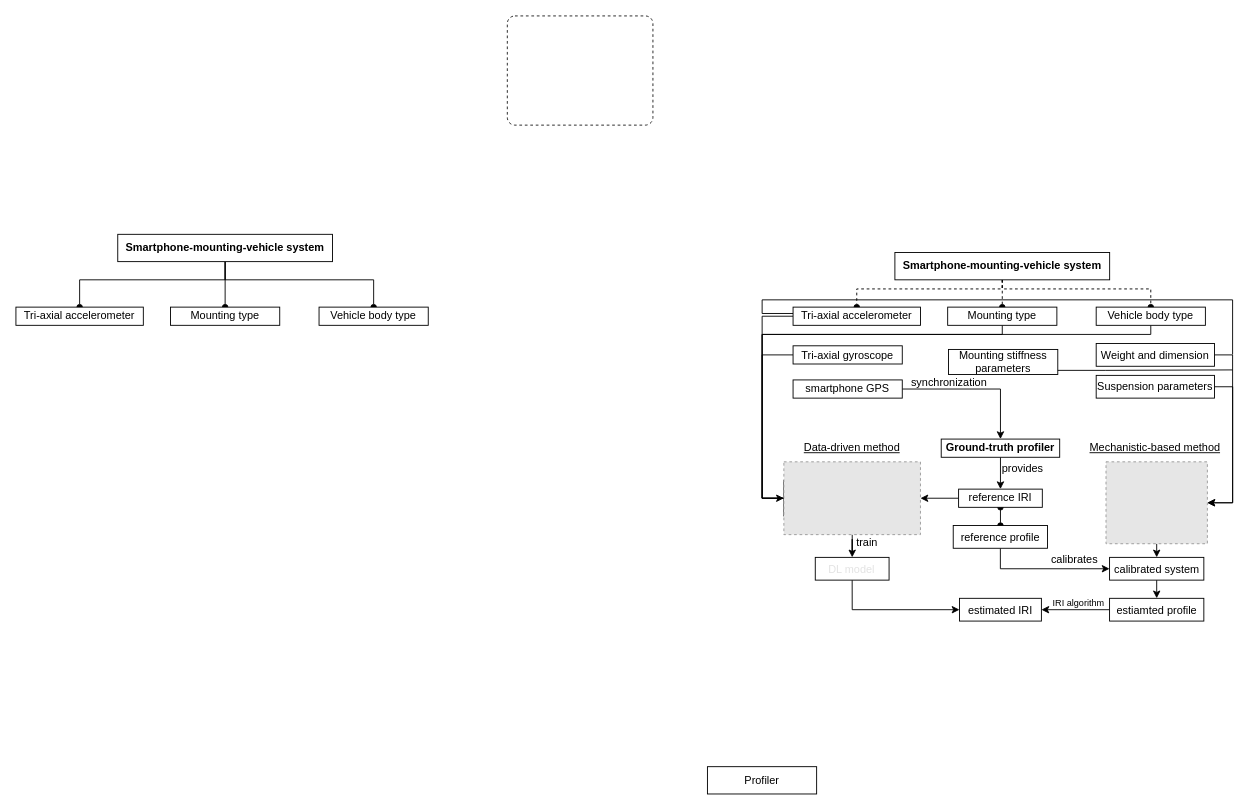
This is page "Page-1" (1 of 2) of Untitled Diagram.drawio from qyu38/DL-paper, a draw.io file, before an edit. Source tidied: cells renumbered, new cells numbered last; positions are measured from the earlier drawing's top-left corner, leaving out a move shared by most shapes. Both pictures are drawn from the tidied source at 91%, with x=0, y=0 at pixel (15, 15). Pictures stored in the file or linked from it are replaced by grey dashed boxes.
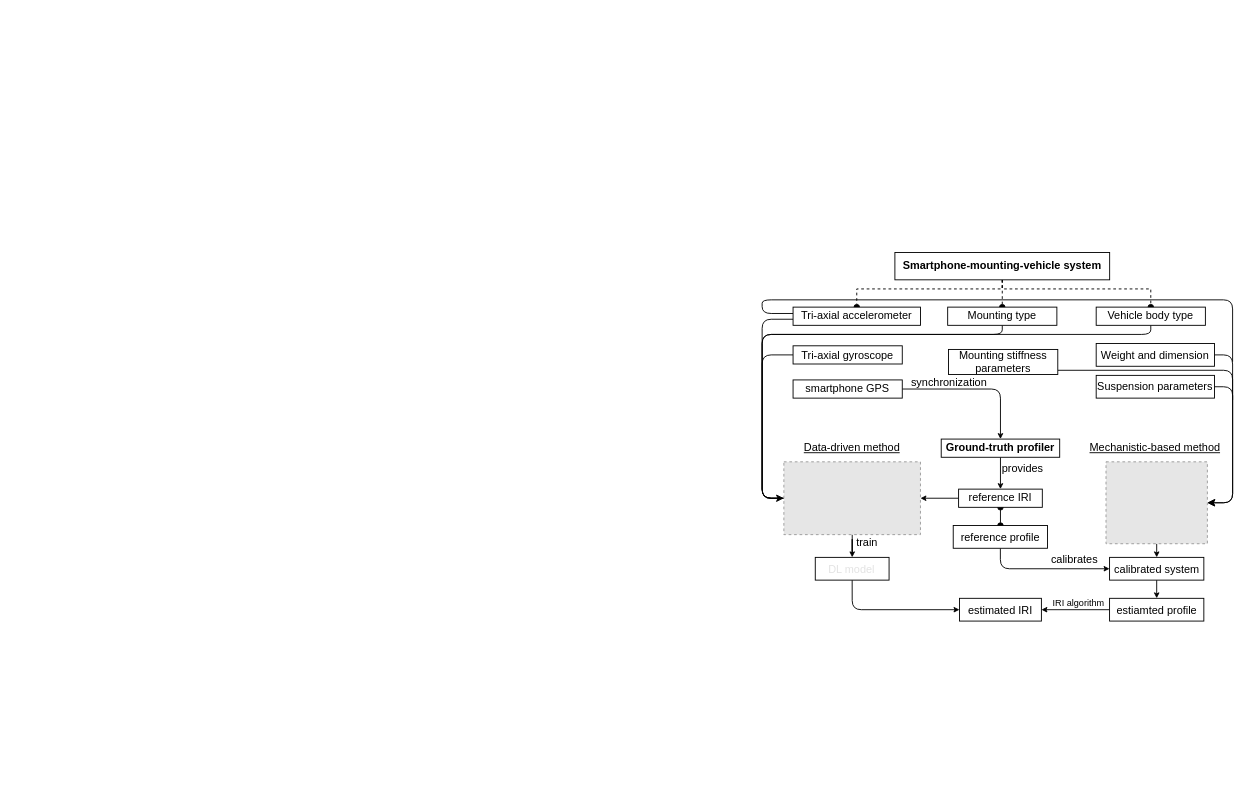
Above is the later version.

Unchanged cells that the change refers to:
```xml
<mxCell id="8" value="reference IRI" style="rounded=0;whiteSpace=wrap;html=1;" parent="1" vertex="1">
  <mxGeometry x="1035.9" y="520" width="92" height="20" as="geometry" />
</mxCell>
<mxCell id="11" value="Tri-axial accelerometer" style="rounded=0;whiteSpace=wrap;html=1;" parent="1" vertex="1">
  <mxGeometry x="854" y="320" width="140" height="20" as="geometry" />
</mxCell>
<mxCell id="13" value="Tri-axial gyroscope" style="rounded=0;whiteSpace=wrap;html=1;" parent="1" vertex="1">
  <mxGeometry x="854" y="362.5" width="120" height="20" as="geometry" />
</mxCell>
<mxCell id="15" value="smartphone GPS" style="rounded=0;whiteSpace=wrap;html=1;" parent="1" vertex="1">
  <mxGeometry x="854" y="400" width="120" height="20" as="geometry" />
</mxCell>
<mxCell id="17" value="Vehicle body type" style="rounded=0;whiteSpace=wrap;html=1;" parent="1" vertex="1">
  <mxGeometry x="1187.1" y="320" width="120" height="20" as="geometry" />
</mxCell>
<mxCell id="19" value="Weight and dimension" style="rounded=0;whiteSpace=wrap;html=1;" parent="1" vertex="1">
  <mxGeometry x="1187.1" y="360" width="130" height="25" as="geometry" />
</mxCell>
<mxCell id="21" value="Suspension parameters" style="rounded=0;whiteSpace=wrap;html=1;strokeColor=default;" parent="1" vertex="1">
  <mxGeometry x="1187.1" y="395" width="130" height="25" as="geometry" />
</mxCell>
<mxCell id="23" value="Mounting type" style="rounded=0;whiteSpace=wrap;html=1;" parent="1" vertex="1">
  <mxGeometry x="1023.9" y="320" width="120" height="20" as="geometry" />
</mxCell>
<mxCell id="28" style="fillColor=#E6E6E6;strokeColor=#999999;dashed=1;verticalLabelPosition=bottom;labelBackgroundColor=default;verticalAlign=top;fontColor=#E3E3E3;" parent="1" vertex="1">
  <mxGeometry x="843.9" y="490" width="150.1" height="80" as="geometry" />
</mxCell>
<mxCell id="30" value="Mounting stiffness parameters" style="rounded=0;whiteSpace=wrap;html=1;" parent="1" vertex="1">
  <mxGeometry x="1024.8" y="366.5" width="120.1" height="27.5" as="geometry" />
</mxCell>
<mxCell id="32" style="fillColor=#E6E6E6;strokeColor=#999999;dashed=1;verticalLabelPosition=bottom;labelBackgroundColor=default;verticalAlign=top;" parent="1" vertex="1">
  <mxGeometry x="1197.9" y="490" width="111.4" height="90" as="geometry" />
</mxCell>
<mxCell id="35" value="&lt;b&gt;Ground-truth profiler&lt;/b&gt;" style="rounded=0;whiteSpace=wrap;html=1;" parent="1" vertex="1">
  <mxGeometry x="1016.8" y="465" width="130.2" height="20" as="geometry" />
</mxCell>
<mxCell id="37" value="calibrated system" style="whiteSpace=wrap;html=1;verticalAlign=top;labelBackgroundColor=default;" parent="1" vertex="1">
  <mxGeometry x="1201.8" y="595" width="103.6" height="25" as="geometry" />
</mxCell>
<mxCell id="40" value="DL model" style="whiteSpace=wrap;html=1;verticalAlign=top;fontColor=#E3E3E3;labelBackgroundColor=default;" parent="1" vertex="1">
  <mxGeometry x="878.4" y="595" width="81.1" height="25" as="geometry" />
</mxCell>
<mxCell id="43" value="&lt;font style=&quot;font-size: 12px;&quot;&gt;reference profile&lt;/font&gt;" style="whiteSpace=wrap;html=1;verticalAlign=top;labelBackgroundColor=default;" parent="1" vertex="1">
  <mxGeometry x="1030" y="560" width="103.6" height="25" as="geometry" />
</mxCell>
<mxCell id="45" value="estiamted profile" style="whiteSpace=wrap;html=1;verticalAlign=top;labelBackgroundColor=default;" parent="1" vertex="1">
  <mxGeometry x="1201.8" y="640" width="103.6" height="25" as="geometry" />
</mxCell>
<mxCell id="46" value="estimated IRI" style="whiteSpace=wrap;html=1;verticalAlign=top;labelBackgroundColor=default;" parent="1" vertex="1">
  <mxGeometry x="1036.9" y="640" width="90" height="25" as="geometry" />
</mxCell>
<mxCell id="47" value="&amp;nbsp;synchronization" style="rounded=0;whiteSpace=wrap;html=1;strokeColor=none;opacity=0;" parent="1" vertex="1">
  <mxGeometry x="974" y="395" width="100" height="15" as="geometry" />
</mxCell>
```

The edit, as a diff of the source:
```diff
@@
-    <mxCell id="6" style="edgeStyle=orthogonalEdgeStyle;rounded=0;jettySize=auto;html=1;exitX=0;exitY=0.5;exitDx=0;exitDy=0;entryX=1;entryY=0.5;entryDx=0;entryDy=0;" parent="1" edge="1" source="8" target="28">
+    <mxCell id="6" style="edgeStyle=orthogonalEdgeStyle;rounded=0;jettySize=auto;html=1;exitX=0;exitY=0.5;exitDx=0;exitDy=0;entryX=1;entryY=0.5;entryDx=0;entryDy=0;endSize=4;" parent="1" edge="1" source="8" target="28">
       <mxGeometry relative="1" as="geometry" />
     </mxCell>
@@
-    <mxCell id="9" style="edgeStyle=orthogonalEdgeStyle;rounded=0;jettySize=auto;html=1;exitX=0;exitY=0.5;exitDx=0;exitDy=0;" parent="1" edge="1" source="11" target="28">
+    <mxCell id="9" style="edgeStyle=orthogonalEdgeStyle;rounded=1;jettySize=auto;html=1;exitX=0;exitY=0.666;exitDx=0;exitDy=0;exitPerimeter=0;entryX=0;entryY=0.5;entryDx=0;entryDy=0;" parent="1" edge="1" source="11" target="28">
       <mxGeometry relative="1" as="geometry">
         <Array as="points">
-          <mxPoint x="820" y="330" />
+          <mxPoint x="820" y="333" />
           <mxPoint x="820" y="530" />
         </Array>
       </mxGeometry>
     </mxCell>
-    <mxCell id="10" style="edgeStyle=orthogonalEdgeStyle;rounded=0;orthogonalLoop=1;jettySize=auto;html=1;exitX=0;exitY=0.25;exitDx=0;exitDy=0;endArrow=none;endFill=0;" parent="1" edge="1">
+    <mxCell id="10" style="edgeStyle=orthogonalEdgeStyle;orthogonalLoop=1;jettySize=auto;html=1;exitX=0;exitY=0.25;exitDx=0;exitDy=0;endArrow=none;endFill=0;rounded=1;" parent="1" edge="1">
       <mxGeometry relative="1" as="geometry">
         <mxPoint x="854" y="327" as="sourcePoint" />
-        <mxPoint x="1337" y="372" as="targetPoint" />
+        <mxPoint x="1337" y="380" as="targetPoint" />
         <Array as="points">
           <mxPoint x="820" y="327" />
           <mxPoint x="820" y="312" />
           <mxPoint x="1337" y="312" />
         </Array>
       </mxGeometry>
     </mxCell>
@@
-    <mxCell id="12" style="edgeStyle=orthogonalEdgeStyle;rounded=0;jettySize=auto;html=1;exitX=0;exitY=0.5;exitDx=0;exitDy=0;entryX=0;entryY=0.25;entryDx=0;entryDy=0;startArrow=none;startFill=0;endArrow=none;endFill=0;" parent="1" edge="1" source="13" target="28">
+    <mxCell id="12" style="edgeStyle=orthogonalEdgeStyle;rounded=1;jettySize=auto;html=1;exitX=0;exitY=0.5;exitDx=0;exitDy=0;entryX=0;entryY=0.5;entryDx=0;entryDy=0;startArrow=none;startFill=0;endArrow=none;endFill=0;" parent="1" edge="1" source="13" target="28">
       <mxGeometry relative="1" as="geometry">
         <Array as="points">
           <mxPoint x="820" y="373" />
           <mxPoint x="820" y="530" />
-          <mxPoint x="844" y="530" />
         </Array>
       </mxGeometry>
     </mxCell>
@@
-    <mxCell id="14" style="edgeStyle=orthogonalEdgeStyle;rounded=0;jettySize=auto;html=1;exitX=1;exitY=0.5;exitDx=0;exitDy=0;entryX=0.5;entryY=0;entryDx=0;entryDy=0;" parent="1" edge="1" source="15" target="35">
+    <mxCell id="14" style="edgeStyle=orthogonalEdgeStyle;rounded=1;jettySize=auto;html=1;exitX=0;exitY=1;exitDx=0;exitDy=0;entryX=0.5;entryY=0;entryDx=0;entryDy=0;endSize=4;" parent="1" edge="1" source="47" target="35">
       <mxGeometry relative="1" as="geometry">
         <Array as="points">
           <mxPoint x="1082" y="410" />
         </Array>
       </mxGeometry>
     </mxCell>
@@
-    <mxCell id="16" style="edgeStyle=orthogonalEdgeStyle;rounded=0;jettySize=auto;html=1;exitX=0.5;exitY=1;exitDx=0;exitDy=0;entryX=0;entryY=0.75;entryDx=0;entryDy=0;endArrow=none;endFill=0;" parent="1" edge="1" source="17" target="28">
+    <mxCell id="16" style="edgeStyle=orthogonalEdgeStyle;rounded=1;jettySize=auto;html=1;exitX=0.5;exitY=1;exitDx=0;exitDy=0;entryX=0;entryY=0.5;entryDx=0;entryDy=0;endArrow=none;endFill=0;" parent="1" edge="1" source="17" target="28">
       <mxGeometry relative="1" as="geometry">
         <Array as="points">
           <mxPoint x="1247" y="350" />
           <mxPoint x="820" y="350" />
           <mxPoint x="820" y="530" />
-          <mxPoint x="844" y="530" />
         </Array>
       </mxGeometry>
     </mxCell>
@@
-    <mxCell id="18" style="edgeStyle=orthogonalEdgeStyle;rounded=0;jettySize=auto;html=1;exitX=1;exitY=0.5;exitDx=0;exitDy=0;entryX=1;entryY=0.5;entryDx=0;entryDy=0;" parent="1" edge="1" source="19" target="32">
+    <mxCell id="18" style="edgeStyle=orthogonalEdgeStyle;jettySize=auto;html=1;exitX=1;exitY=0.5;exitDx=0;exitDy=0;entryX=1;entryY=0.5;entryDx=0;entryDy=0;rounded=1;" parent="1" edge="1" source="19" target="32">
       <mxGeometry relative="1" as="geometry">
         <Array as="points">
           <mxPoint x="1337" y="373" />
           <mxPoint x="1337" y="535" />
         </Array>
       </mxGeometry>
     </mxCell>
@@
-    <mxCell id="20" style="edgeStyle=orthogonalEdgeStyle;rounded=0;jettySize=auto;html=1;exitX=1;exitY=0.5;exitDx=0;exitDy=0;entryX=1;entryY=0.5;entryDx=0;entryDy=0;" parent="1" edge="1" source="21" target="32">
+    <mxCell id="20" style="edgeStyle=orthogonalEdgeStyle;jettySize=auto;html=1;exitX=1;exitY=0.5;exitDx=0;exitDy=0;entryX=1;entryY=0.5;entryDx=0;entryDy=0;rounded=1;" parent="1" edge="1" source="21" target="32">
       <mxGeometry relative="1" as="geometry" />
     </mxCell>
@@
-    <mxCell id="22" style="edgeStyle=orthogonalEdgeStyle;rounded=0;jettySize=auto;html=1;exitX=0.5;exitY=1;exitDx=0;exitDy=0;entryX=0.005;entryY=0.658;entryDx=0;entryDy=0;entryPerimeter=0;endArrow=none;endFill=0;" parent="1" edge="1" source="23" target="28">
+    <mxCell id="22" style="edgeStyle=orthogonalEdgeStyle;rounded=1;jettySize=auto;html=1;exitX=0.5;exitY=1;exitDx=0;exitDy=0;endArrow=none;endFill=0;" parent="1" edge="1" source="23">
       <mxGeometry relative="1" as="geometry">
+        <mxPoint x="840" y="530" as="targetPoint" />
         <Array as="points">
           <mxPoint x="1084" y="350" />
           <mxPoint x="820" y="350" />
           <mxPoint x="820" y="530" />
-          <mxPoint x="845" y="530" />
         </Array>
       </mxGeometry>
     </mxCell>
@@
-    <mxCell id="24" value="Profiler" style="rounded=0;whiteSpace=wrap;html=1;" parent="1" vertex="1">
-      <mxGeometry x="759.9" y="825" width="120" height="30" as="geometry" />
-    </mxCell>
@@
-    <mxCell id="27" style="edgeStyle=orthogonalEdgeStyle;rounded=0;jettySize=auto;html=1;" parent="1" edge="1" source="28" target="40">
+    <mxCell id="27" style="edgeStyle=orthogonalEdgeStyle;rounded=0;jettySize=auto;html=1;endSize=4;" parent="1" edge="1" source="28" target="40">
       <mxGeometry relative="1" as="geometry" />
     </mxCell>
@@
-    <mxCell id="29" style="edgeStyle=orthogonalEdgeStyle;rounded=0;orthogonalLoop=1;jettySize=auto;html=1;exitX=1;exitY=1;exitDx=0;exitDy=0;endArrow=none;endFill=0;" parent="1" edge="1">
-      <mxGeometry relative="1" as="geometry">
-        <mxPoint x="1143.9" y="389.5" as="sourcePoint" />
-        <mxPoint x="1337" y="389" as="targetPoint" />
-        <Array as="points">
-          <mxPoint x="1197" y="390" />
-        </Array>
-      </mxGeometry>
-    </mxCell>
+    <mxCell id="57" style="edgeStyle=orthogonalEdgeStyle;rounded=1;jettySize=auto;html=1;exitX=1.002;exitY=0.833;exitDx=0;exitDy=0;endArrow=none;endFill=0;exitPerimeter=0;" parent="1" edge="1" source="30">
+      <mxGeometry relative="1" as="geometry">
+        <mxPoint x="1337" y="422" as="targetPoint" />
+        <Array as="points">
+          <mxPoint x="1337" y="389" />
+        </Array>
+      </mxGeometry>
+    </mxCell>
@@
-    <mxCell id="31" style="edgeStyle=orthogonalEdgeStyle;rounded=0;jettySize=auto;html=1;" parent="1" edge="1" source="32" target="37">
+    <mxCell id="31" style="edgeStyle=orthogonalEdgeStyle;rounded=0;jettySize=auto;html=1;endSize=4;" parent="1" edge="1" source="32" target="37">
       <mxGeometry relative="1" as="geometry">
         <Array as="points">
           <mxPoint x="1246.9" y="620" />
           <mxPoint x="1246.9" y="620" />
         </Array>
       </mxGeometry>
     </mxCell>
@@
-    <mxCell id="33" style="rounded=1;whiteSpace=wrap;html=1;fillColor=none;strokeWidth=1;dashed=1;arcSize=7;opacity=90;" parent="1" vertex="1">
-      <mxGeometry x="540" width="160" height="120" as="geometry" />
-    </mxCell>
-    <mxCell id="34" style="edgeStyle=orthogonalEdgeStyle;rounded=0;jettySize=auto;html=1;exitX=0.5;exitY=1;exitDx=0;exitDy=0;entryX=0.5;entryY=0;entryDx=0;entryDy=0;" parent="1" edge="1" source="35" target="8">
+    <mxCell id="34" style="edgeStyle=orthogonalEdgeStyle;rounded=0;jettySize=auto;html=1;exitX=0.5;exitY=1;exitDx=0;exitDy=0;entryX=0.5;entryY=0;entryDx=0;entryDy=0;endSize=4;" parent="1" edge="1" source="35" target="8">
       <mxGeometry relative="1" as="geometry" />
     </mxCell>
@@
-    <mxCell id="36" style="edgeStyle=orthogonalEdgeStyle;rounded=0;jettySize=auto;html=1;exitX=0.5;exitY=1;exitDx=0;exitDy=0;entryX=0.5;entryY=0;entryDx=0;entryDy=0;" parent="1" edge="1" source="37" target="45">
+    <mxCell id="36" style="edgeStyle=orthogonalEdgeStyle;rounded=0;jettySize=auto;html=1;exitX=0.5;exitY=1;exitDx=0;exitDy=0;entryX=0.5;entryY=0;entryDx=0;entryDy=0;endSize=4;" parent="1" edge="1" source="37" target="45">
       <mxGeometry relative="1" as="geometry" />
     </mxCell>
@@
-    <mxCell id="39" style="edgeStyle=orthogonalEdgeStyle;rounded=0;jettySize=auto;html=1;exitX=0.5;exitY=1;exitDx=0;exitDy=0;entryX=0;entryY=0.5;entryDx=0;entryDy=0;" parent="1" edge="1" source="40" target="46">
+    <mxCell id="39" style="edgeStyle=orthogonalEdgeStyle;rounded=1;jettySize=auto;html=1;exitX=0.5;exitY=1;exitDx=0;exitDy=0;entryX=0;entryY=0.5;entryDx=0;entryDy=0;endSize=4;" parent="1" edge="1" source="40" target="46">
       <mxGeometry relative="1" as="geometry" />
     </mxCell>
@@
-    <mxCell id="42" style="edgeStyle=orthogonalEdgeStyle;rounded=0;jettySize=auto;html=1;exitX=0.5;exitY=1;exitDx=0;exitDy=0;entryX=0;entryY=0.5;entryDx=0;entryDy=0;" parent="1" edge="1" source="43" target="37">
+    <mxCell id="42" style="edgeStyle=orthogonalEdgeStyle;rounded=1;jettySize=auto;html=1;exitX=0.5;exitY=1;exitDx=0;exitDy=0;entryX=0;entryY=0.5;entryDx=0;entryDy=0;endSize=4;" parent="1" edge="1" source="43" target="37">
       <mxGeometry relative="1" as="geometry" />
     </mxCell>
@@
-    <mxCell id="44" style="edgeStyle=orthogonalEdgeStyle;rounded=0;jettySize=auto;html=1;exitX=0;exitY=0.5;exitDx=0;exitDy=0;" parent="1" edge="1" source="45" target="46">
+    <mxCell id="44" style="edgeStyle=orthogonalEdgeStyle;rounded=0;jettySize=auto;html=1;exitX=0;exitY=0.5;exitDx=0;exitDy=0;endSize=4;" parent="1" edge="1" source="45" target="46">
       <mxGeometry relative="1" as="geometry" />
     </mxCell>
@@
-    <mxCell id="50" style="edgeStyle=orthogonalEdgeStyle;rounded=0;jettySize=auto;html=1;exitX=0.5;exitY=1;exitDx=0;exitDy=0;entryX=0.5;entryY=0;entryDx=0;entryDy=0;endArrow=oval;endFill=1;" parent="1" edge="1" source="53" target="56">
-      <mxGeometry relative="1" as="geometry" />
-    </mxCell>
-    <mxCell id="51" style="edgeStyle=orthogonalEdgeStyle;rounded=0;jettySize=auto;html=1;exitX=0.5;exitY=1;exitDx=0;exitDy=0;entryX=0.5;entryY=0;entryDx=0;entryDy=0;endArrow=oval;endFill=1;" parent="1" edge="1" source="53" target="55">
-      <mxGeometry relative="1" as="geometry">
-        <Array as="points">
-          <mxPoint x="230" y="290" />
-          <mxPoint x="393" y="290" />
-        </Array>
-      </mxGeometry>
-    </mxCell>
-    <mxCell id="52" style="edgeStyle=orthogonalEdgeStyle;rounded=0;jettySize=auto;html=1;exitX=0.5;exitY=1;exitDx=0;exitDy=0;entryX=0.5;entryY=0;entryDx=0;entryDy=0;endArrow=oval;endFill=1;" parent="1" edge="1" source="53" target="54">
-      <mxGeometry relative="1" as="geometry">
-        <Array as="points">
-          <mxPoint x="230" y="290" />
-          <mxPoint x="70" y="290" />
-        </Array>
-      </mxGeometry>
-    </mxCell>
-    <mxCell id="53" value="&lt;b&gt;Smartphone-mounting-vehicle system&lt;/b&gt;" style="rounded=0;whiteSpace=wrap;html=1;strokeColor=default;" parent="1" vertex="1">
-      <mxGeometry x="111.9" y="240" width="236" height="30" as="geometry" />
-    </mxCell>
-    <mxCell id="54" value="Tri-axial accelerometer" style="rounded=0;whiteSpace=wrap;html=1;" parent="1" vertex="1">
-      <mxGeometry y="320" width="140" height="20" as="geometry" />
-    </mxCell>
-    <mxCell id="55" value="Vehicle body type" style="rounded=0;whiteSpace=wrap;html=1;" parent="1" vertex="1">
-      <mxGeometry x="333.1" y="320" width="120" height="20" as="geometry" />
-    </mxCell>
-    <mxCell id="56" value="Mounting type" style="rounded=0;whiteSpace=wrap;html=1;" parent="1" vertex="1">
-      <mxGeometry x="169.9" y="320" width="120" height="20" as="geometry" />
-    </mxCell>
```
